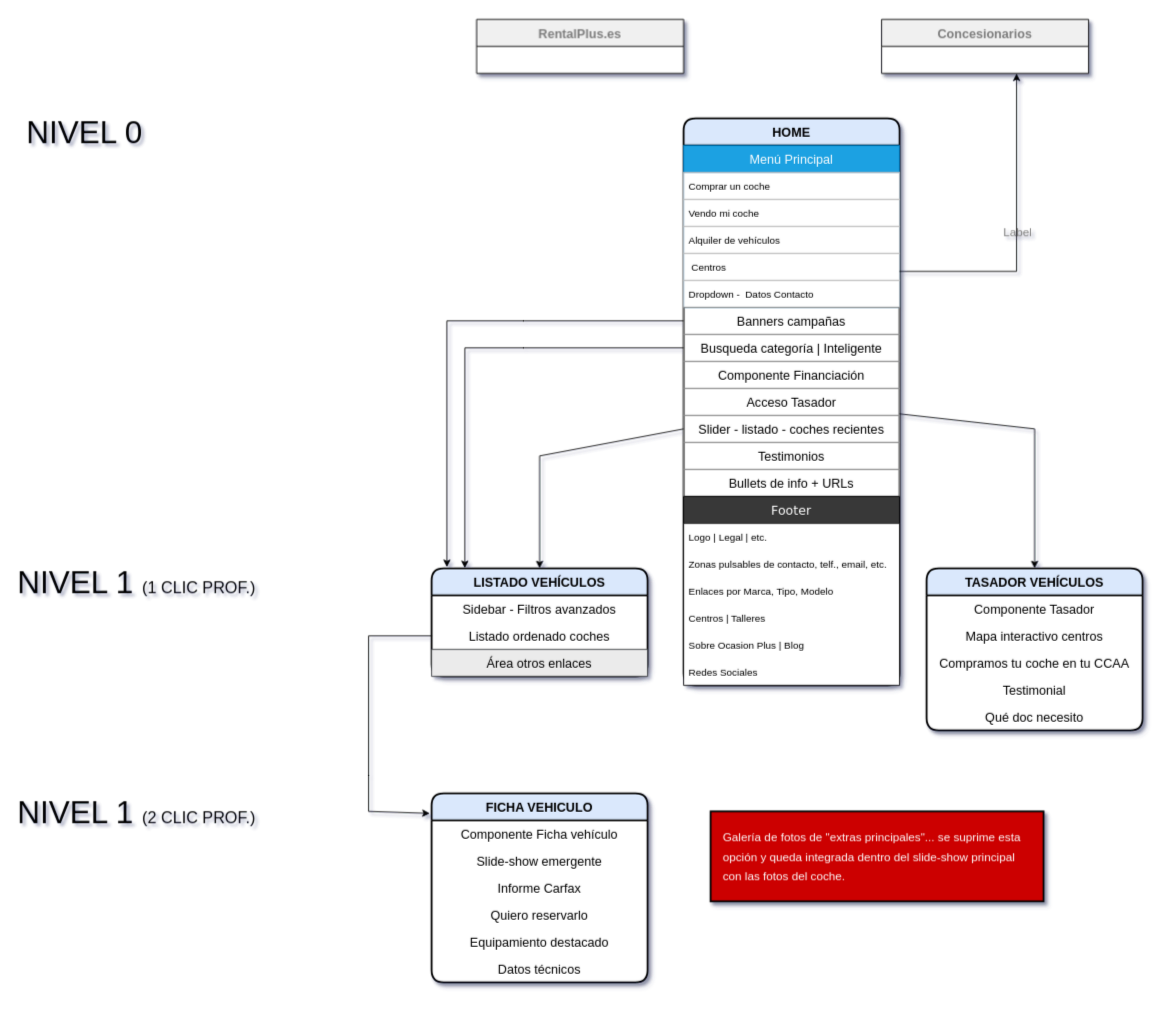
This is portfolio/AW_OcasionPlus.drawio from enriquesaez/homepage, a draw.io file, before an edit. Source tidied: cells renumbered, new cells numbered last; positions are measured from the earlier drawing's top-left corner, leaving out a move shared by most shapes. Both pictures are drawn from the tidied source at 90%, with x=0, y=0 at pixel (15, 19).
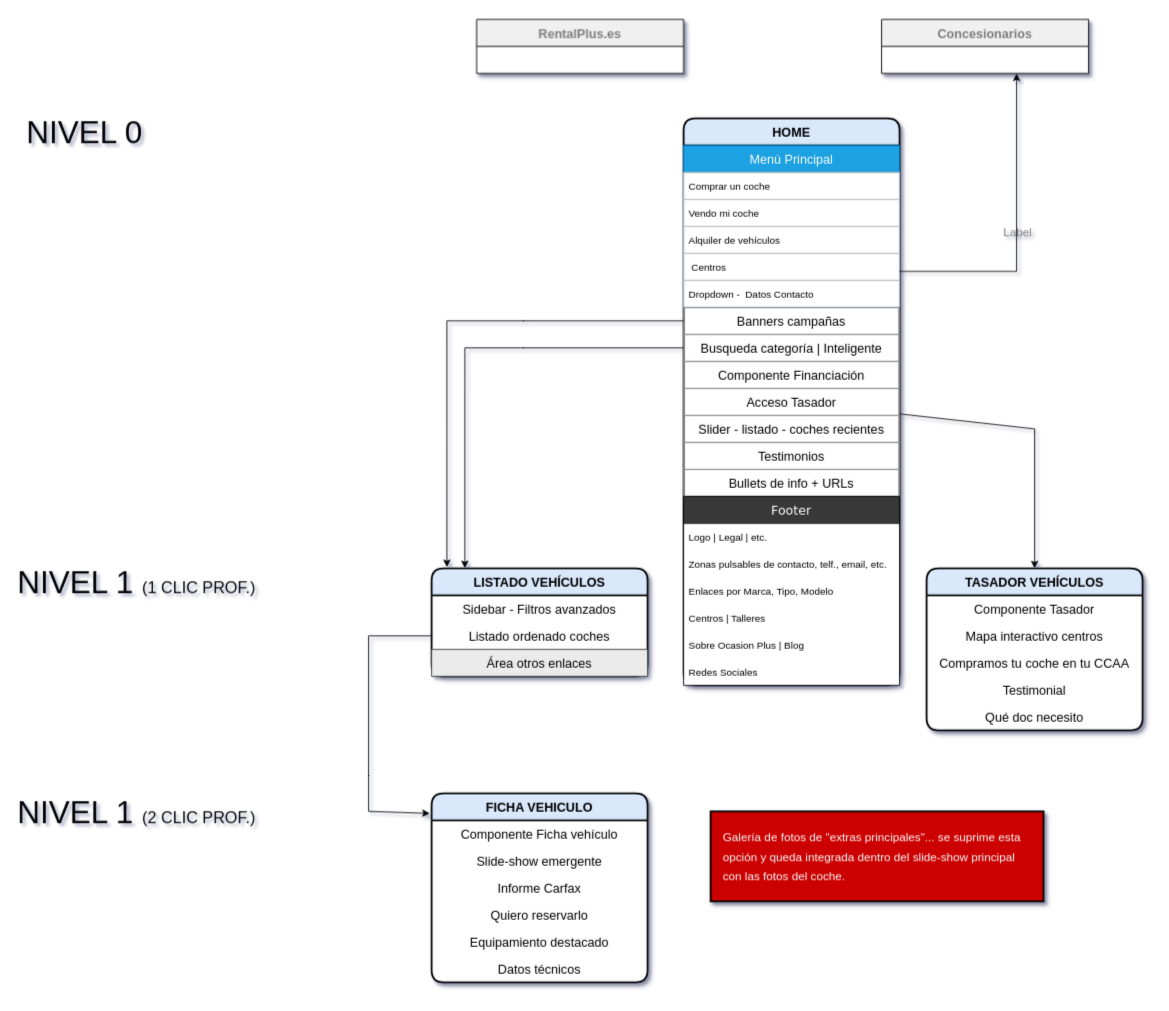
The same page after the edit.

The change refers to these unchanged cells:
```xml
<mxCell id="13" value="Slider - listado - coches recientes" style="text;strokeColor=#8C8C8C;fillColor=none;align=center;verticalAlign=middle;spacingLeft=4;spacingRight=4;overflow=hidden;points=[[0,0.5],[1,0.5]];portConstraint=eastwest;strokeWidth=1;fontStyle=0;fontSize=14;" parent="2" vertex="1">
  <mxGeometry y="330" width="240" height="30" as="geometry" />
</mxCell>
<mxCell id="23" value="LISTADO VEHÍCULOS" style="swimlane;fontStyle=1;horizontal=1;startSize=30;fillColor=#dae8fc;strokeColor=default;gradientColor=none;swimlaneFillColor=default;strokeWidth=2;perimeterSpacing=0;rounded=1;shadow=1;sketch=0;glass=0;fontSize=14;" parent="1" vertex="1">
  <mxGeometry x="462" y="610" width="240" height="120" as="geometry" />
</mxCell>
```

The edit, as a diff of the source:
```diff
@@
-    <mxCell id="34" style="endArrow=classic;html=1;rounded=0;fontFamily=Verdana;fontSize=11;fontColor=#303030;entryX=0.5;entryY=0;entryDx=0;entryDy=0;exitX=0;exitY=0.5;exitDx=0;exitDy=0;" parent="1" edge="1" source="13" target="23">
-      <mxGeometry relative="1" as="geometry">
-        <Array as="points">
-          <mxPoint x="582" y="485" />
-        </Array>
-      </mxGeometry>
-    </mxCell>
```
